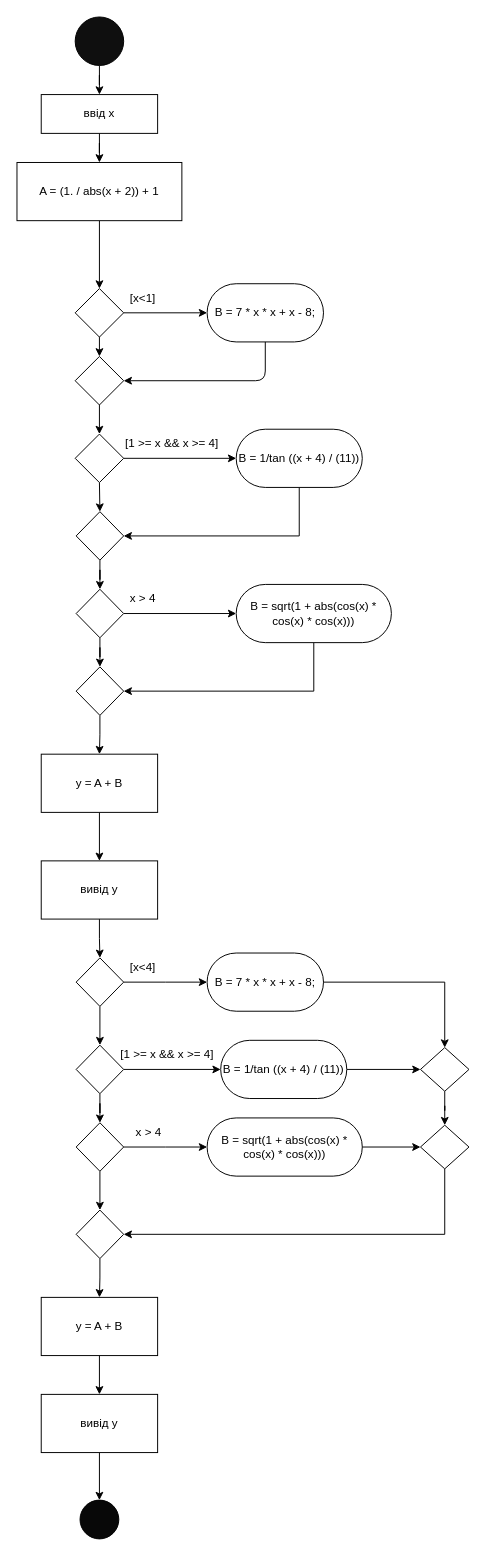
ZhurakovskyiArtem/lab_03 keeps this draw.io diagram as Uml Diagram.drawio. Above is the earlier version. Source tidied: cells renumbered, new cells numbered last; positions are measured from the earlier drawing's top-left corner, leaving out a move shared by most shapes. Both pictures are drawn from the tidied source at 97%, with x=0, y=0 at pixel (16, 16).
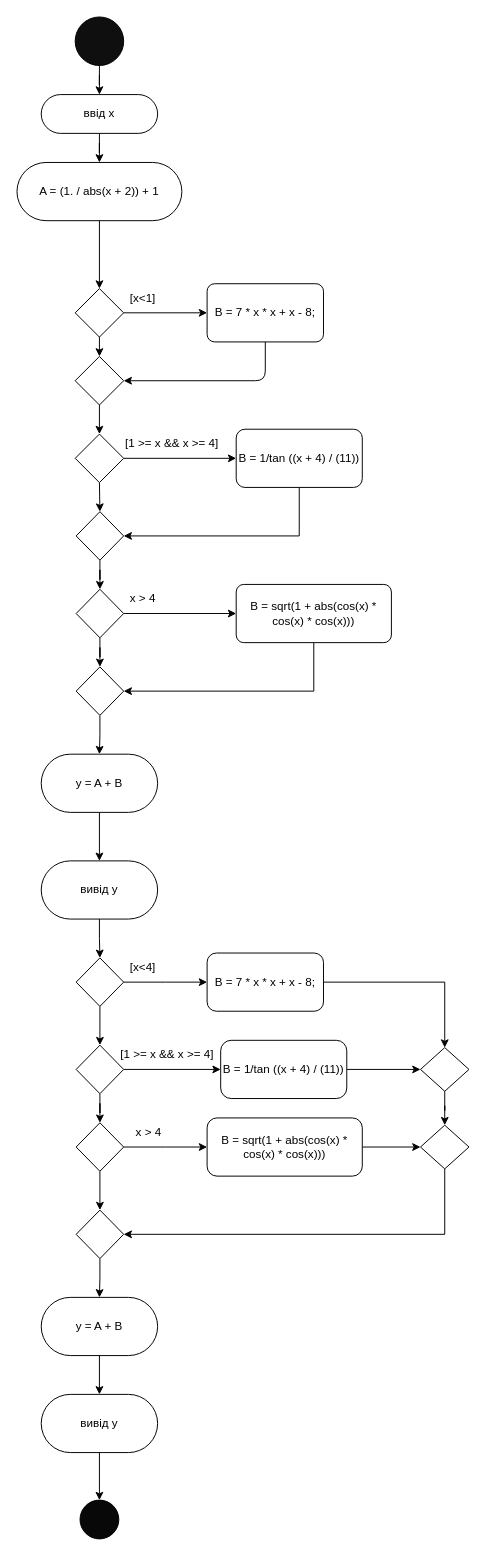
Above is the later version.

Diff of the diagram source:
```diff
@@
-    <mxCell id="5" value="ввід x" style="whiteSpace=wrap;html=1;fillColor=#FFFFFF;" parent="1" vertex="1">
+    <mxCell id="5" value="ввід x" style="whiteSpace=wrap;html=1;fillColor=#FFFFFF;rounded=1;arcSize=50;" parent="1" vertex="1">
       <mxGeometry x="25" y="80" width="120" height="40" as="geometry" />
     </mxCell>
@@
-    <mxCell id="7" value="A = (1. / abs(x + 2)) + 1" style="whiteSpace=wrap;html=1;fillColor=#FFFFFF;" parent="1" vertex="1">
+    <mxCell id="7" value="A = (1. / abs(x + 2)) + 1" style="whiteSpace=wrap;html=1;fillColor=#FFFFFF;rounded=1;arcSize=50;" parent="1" vertex="1">
       <mxGeometry y="150" width="170" height="60" as="geometry" />
     </mxCell>
@@
-    <mxCell id="11" value="B = 7 * x * x + x - 8;" style="whiteSpace=wrap;html=1;fillColor=#FFFFFF;rounded=1;arcSize=50;" parent="1" vertex="1">
+    <mxCell id="11" value="B = 7 * x * x + x - 8;" style="whiteSpace=wrap;html=1;fillColor=#FFFFFF;rounded=1;arcSize=13;" parent="1" vertex="1">
       <mxGeometry x="196" y="275" width="120" height="60" as="geometry" />
     </mxCell>
@@
-    <mxCell id="20" value="B = 1/tan ((x + 4) / (11))" style="rounded=1;whiteSpace=wrap;html=1;fillColor=#FFFFFF;arcSize=50;" parent="1" vertex="1">
+    <mxCell id="20" value="B = 1/tan ((x + 4) / (11))" style="rounded=1;whiteSpace=wrap;html=1;fillColor=#FFFFFF;arcSize=15;" parent="1" vertex="1">
       <mxGeometry x="226" y="425" width="130" height="60" as="geometry" />
     </mxCell>
@@
-    <mxCell id="28" value="B = sqrt(1 + abs(cos(x) * cos(x) * cos(x)))" style="whiteSpace=wrap;html=1;fillColor=#FFFFFF;rounded=1;arcSize=50;" parent="1" vertex="1">
+    <mxCell id="28" value="B = sqrt(1 + abs(cos(x) * cos(x) * cos(x)))" style="whiteSpace=wrap;html=1;fillColor=#FFFFFF;rounded=1;arcSize=13;" parent="1" vertex="1">
       <mxGeometry x="226" y="585" width="160" height="60" as="geometry" />
     </mxCell>
@@
-    <mxCell id="33" value="y = A + B" style="whiteSpace=wrap;html=1;fillColor=#FFFFFF;" parent="1" vertex="1">
+    <mxCell id="33" value="y = A + B" style="whiteSpace=wrap;html=1;fillColor=#FFFFFF;rounded=1;arcSize=50;" parent="1" vertex="1">
       <mxGeometry x="25" y="760" width="120" height="60" as="geometry" />
     </mxCell>
@@
-    <mxCell id="35" value="вивід y" style="whiteSpace=wrap;html=1;fillColor=#FFFFFF;" parent="1" vertex="1">
+    <mxCell id="35" value="вивід y" style="whiteSpace=wrap;html=1;fillColor=#FFFFFF;rounded=1;arcSize=50;" parent="1" vertex="1">
       <mxGeometry x="25" y="870" width="120" height="60" as="geometry" />
     </mxCell>
@@
-    <mxCell id="40" value="B = 7 * x * x + x - 8;" style="whiteSpace=wrap;html=1;fillColor=#FFFFFF;rounded=1;arcSize=50;" parent="1" vertex="1">
+    <mxCell id="40" value="B = 7 * x * x + x - 8;" style="whiteSpace=wrap;html=1;fillColor=#FFFFFF;rounded=1;arcSize=16;" parent="1" vertex="1">
       <mxGeometry x="196" y="965" width="120" height="60" as="geometry" />
     </mxCell>
@@
-    <mxCell id="45" value="B = 1/tan ((x + 4) / (11))" style="rounded=1;whiteSpace=wrap;html=1;fillColor=#FFFFFF;arcSize=50;" parent="1" vertex="1">
+    <mxCell id="45" value="B = 1/tan ((x + 4) / (11))" style="rounded=1;whiteSpace=wrap;html=1;fillColor=#FFFFFF;arcSize=18;" parent="1" vertex="1">
       <mxGeometry x="210" y="1055" width="130" height="60" as="geometry" />
     </mxCell>
@@
-    <mxCell id="51" value="B = sqrt(1 + abs(cos(x) * cos(x) * cos(x)))" style="whiteSpace=wrap;html=1;fillColor=#FFFFFF;rounded=1;arcSize=50;" parent="1" vertex="1">
+    <mxCell id="51" value="B = sqrt(1 + abs(cos(x) * cos(x) * cos(x)))" style="whiteSpace=wrap;html=1;fillColor=#FFFFFF;rounded=1;arcSize=17;" parent="1" vertex="1">
       <mxGeometry x="196" y="1135" width="160" height="60" as="geometry" />
     </mxCell>
@@
-    <mxCell id="59" value="y = A + B" style="whiteSpace=wrap;html=1;fillColor=#FFFFFF;" parent="1" vertex="1">
+    <mxCell id="59" value="y = A + B" style="whiteSpace=wrap;html=1;fillColor=#FFFFFF;rounded=1;arcSize=50;" parent="1" vertex="1">
       <mxGeometry x="25" y="1320" width="120" height="60" as="geometry" />
     </mxCell>
@@
-    <mxCell id="61" value="вивід y" style="whiteSpace=wrap;html=1;fillColor=#FFFFFF;" parent="1" vertex="1">
+    <mxCell id="61" value="вивід y" style="whiteSpace=wrap;html=1;fillColor=#FFFFFF;rounded=1;arcSize=50;" parent="1" vertex="1">
       <mxGeometry x="25" y="1420" width="120" height="60" as="geometry" />
     </mxCell>
```
